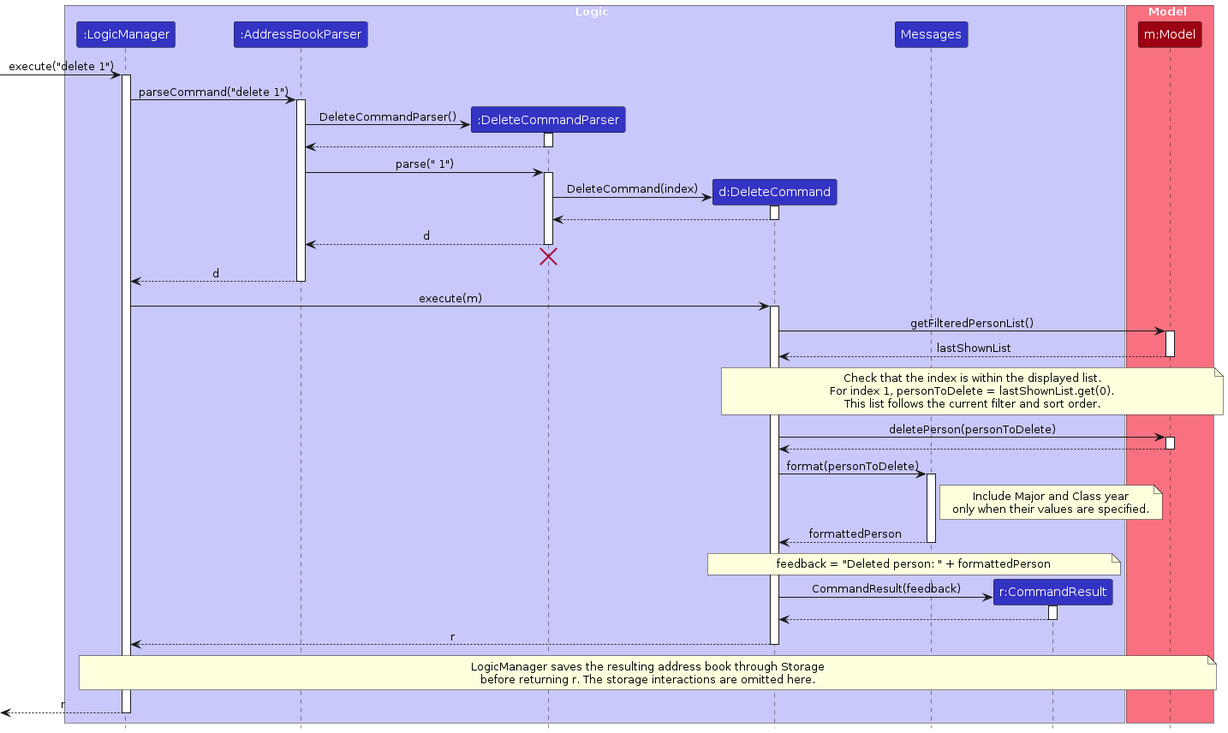
Above: diagrams/DeleteSequenceDiagram.png in AY2627S1-CS2103T-F15-3/tp (PlantUML), before the change. Its source is kept beside it as diagrams/DeleteSequenceDiagram.puml.
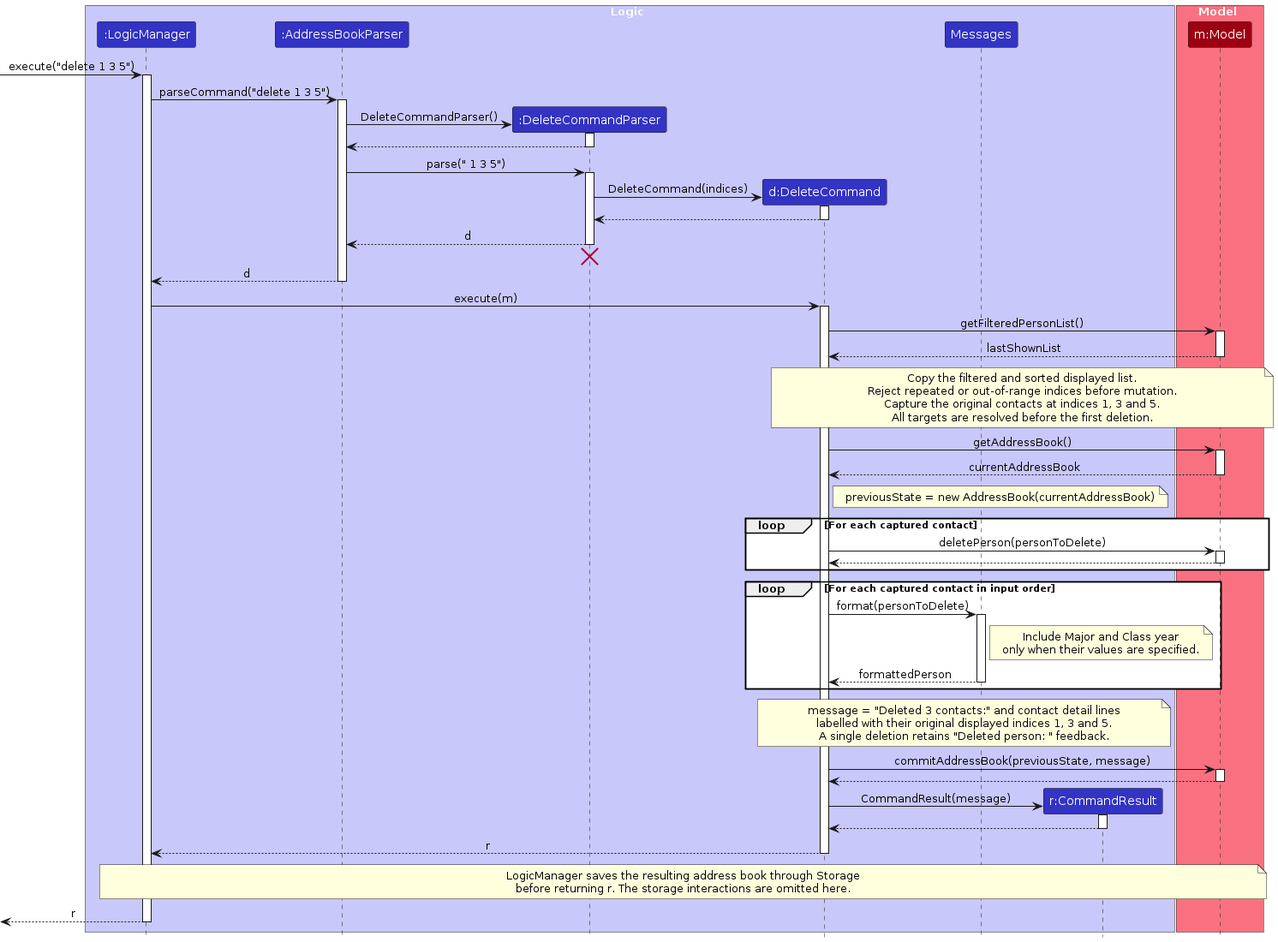
After the commit.

Change to the diagram source:
```diff
@@ -15,10 +15,10 @@
 participant "m:Model" as Model MODEL_COLOR
 end box
 
-[-> LogicManager : execute("delete 1")
+[-> LogicManager : execute("delete 1 3 5")
 activate LogicManager
 
-LogicManager -> AddressBookParser : parseCommand("delete 1")
+LogicManager -> AddressBookParser : parseCommand("delete 1 3 5")
 activate AddressBookParser
 
 create DeleteCommandParser
@@ -28,11 +28,11 @@
 DeleteCommandParser --> AddressBookParser
 deactivate DeleteCommandParser
 
-AddressBookParser -> DeleteCommandParser : parse(" 1")
+AddressBookParser -> DeleteCommandParser : parse(" 1 3 5")
 activate DeleteCommandParser
 
 create DeleteCommand
-DeleteCommandParser -> DeleteCommand : DeleteCommand(index)
+DeleteCommandParser -> DeleteCommand : DeleteCommand(indices)
 activate DeleteCommand
 
 DeleteCommand --> DeleteCommandParser :
@@ -55,32 +55,52 @@
 deactivate Model
 
 note over DeleteCommand, Model
-  Check that the index is within the displayed list.
-  For index 1, personToDelete = lastShownList.get(0).
-  This list follows the current filter and sort order.
+  Copy the filtered and sorted displayed list.
+  Reject repeated or out-of-range indices before mutation.
+  Capture the original contacts at indices 1, 3 and 5.
+  All targets are resolved before the first deletion.
 end note
 
-DeleteCommand -> Model : deletePerson(personToDelete)
+DeleteCommand -> Model : getAddressBook()
 activate Model
+Model --> DeleteCommand : currentAddressBook
+deactivate Model
 
+note right of DeleteCommand
+  previousState = new AddressBook(currentAddressBook)
+end note
+
+loop For each captured contact
+    DeleteCommand -> Model : deletePerson(personToDelete)
+    activate Model
+    Model --> DeleteCommand
+    deactivate Model
+end
+
+loop For each captured contact in input order
+    DeleteCommand -> Messages : format(personToDelete)
+    activate Messages
+    note right of Messages
+      Include Major and Class year
+      only when their values are specified.
+    end note
+    Messages --> DeleteCommand : formattedPerson
+    deactivate Messages
+end
+
+note over DeleteCommand, CommandResult
+  message = "Deleted 3 contacts:" and contact detail lines
+  labelled with their original displayed indices 1, 3 and 5.
+  A single deletion retains "Deleted person: " feedback.
+end note
+
+DeleteCommand -> Model : commitAddressBook(previousState, message)
+activate Model
 Model --> DeleteCommand
 deactivate Model
 
-DeleteCommand -> Messages : format(personToDelete)
-activate Messages
-note right of Messages
-  Include Major and Class year
-  only when their values are specified.
-end note
-Messages --> DeleteCommand : formattedPerson
-deactivate Messages
-
-note over DeleteCommand, CommandResult
-  feedback = "Deleted person: " + formattedPerson
-end note
-
 create CommandResult
-DeleteCommand -> CommandResult : CommandResult(feedback)
+DeleteCommand -> CommandResult : CommandResult(message)
 activate CommandResult
 
 CommandResult --> DeleteCommand
```
